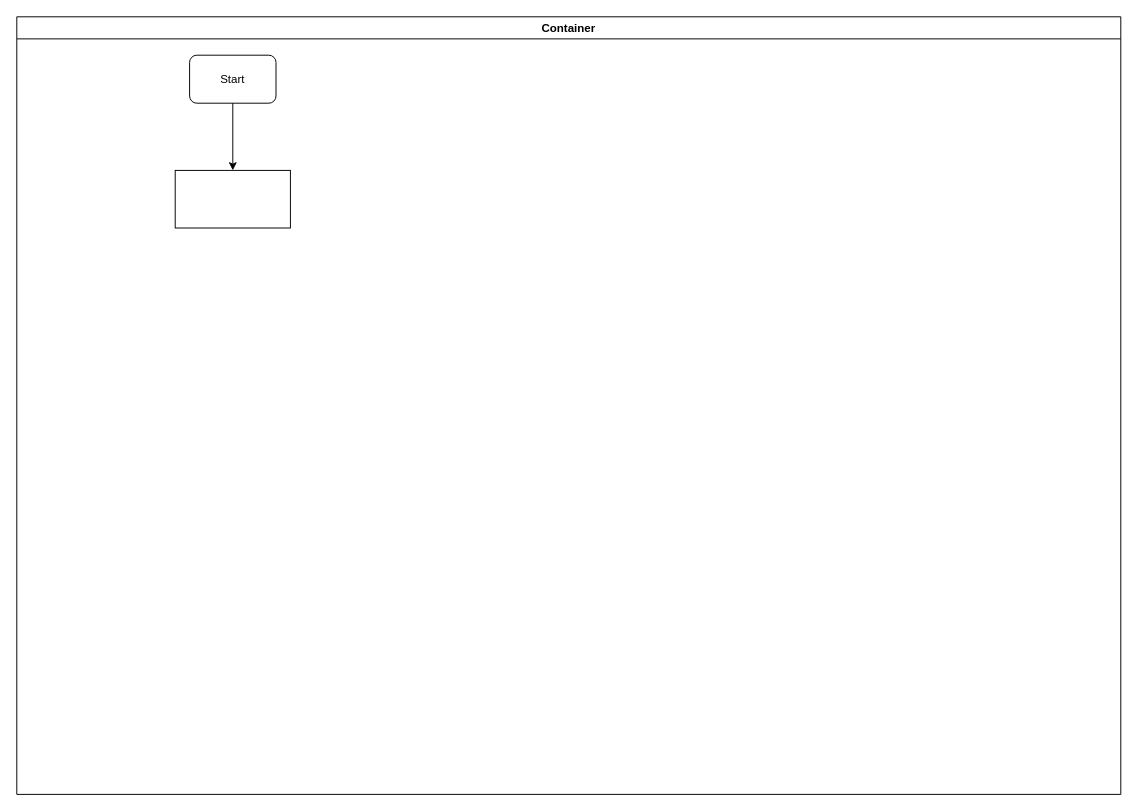
Above: KEFRI-FIN-IMPREST RENEWAL.drawio in kmagua/flowcharts (draw.io), before the change. Source tidied: cells renumbered, new cells numbered last; positions are measured from the earlier drawing's top-left corner, leaving out a move shared by most shapes. Both pictures are drawn from the tidied source at 96%, with x=0, y=0 at pixel (16, 16).
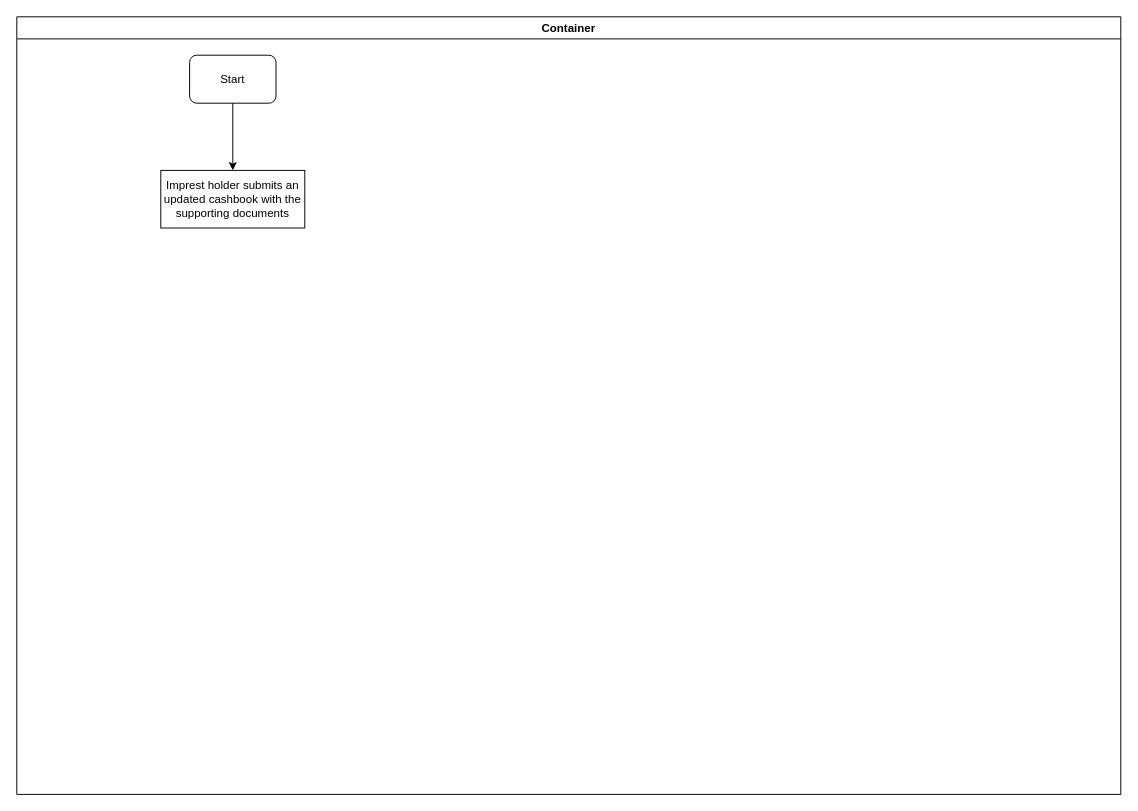
Above is the later version.

What changed in the source:
```diff
@@
 <mxGraphModel>
   <root>
     <mxCell id="0" />
     <mxCell id="1" parent="0" />
     <mxCell id="2" value="Container" style="swimlane;startSize=23;" parent="1" vertex="1">
       <mxGeometry width="1150" height="810" as="geometry" />
     </mxCell>
     <mxCell id="3" value="Start" style="rounded=1;whiteSpace=wrap;html=1;" parent="2" vertex="1">
       <mxGeometry x="180" y="40" width="90" height="50" as="geometry" />
     </mxCell>
-    <mxCell id="4" style="rounded=0;whiteSpace=wrap;html=1;" parent="2" vertex="1">
-      <mxGeometry x="165" y="160" width="120" height="60" as="geometry" />
+    <mxCell id="4" value="Imprest holder submits an updated cashbook with the supporting documents" style="rounded=0;whiteSpace=wrap;html=1;" parent="2" vertex="1">
+      <mxGeometry x="150" y="160" width="150" height="60" as="geometry" />
     </mxCell>
     <mxCell id="5" style="edgeStyle=orthogonalEdgeStyle;rounded=0;jettySize=auto;html=1;entryX=0.5;entryY=0;entryDx=0;entryDy=0;" parent="2" edge="1" source="3" target="4">
       <mxGeometry relative="1" as="geometry" />
     </mxCell>
   </root>
 </mxGraphModel>
```
